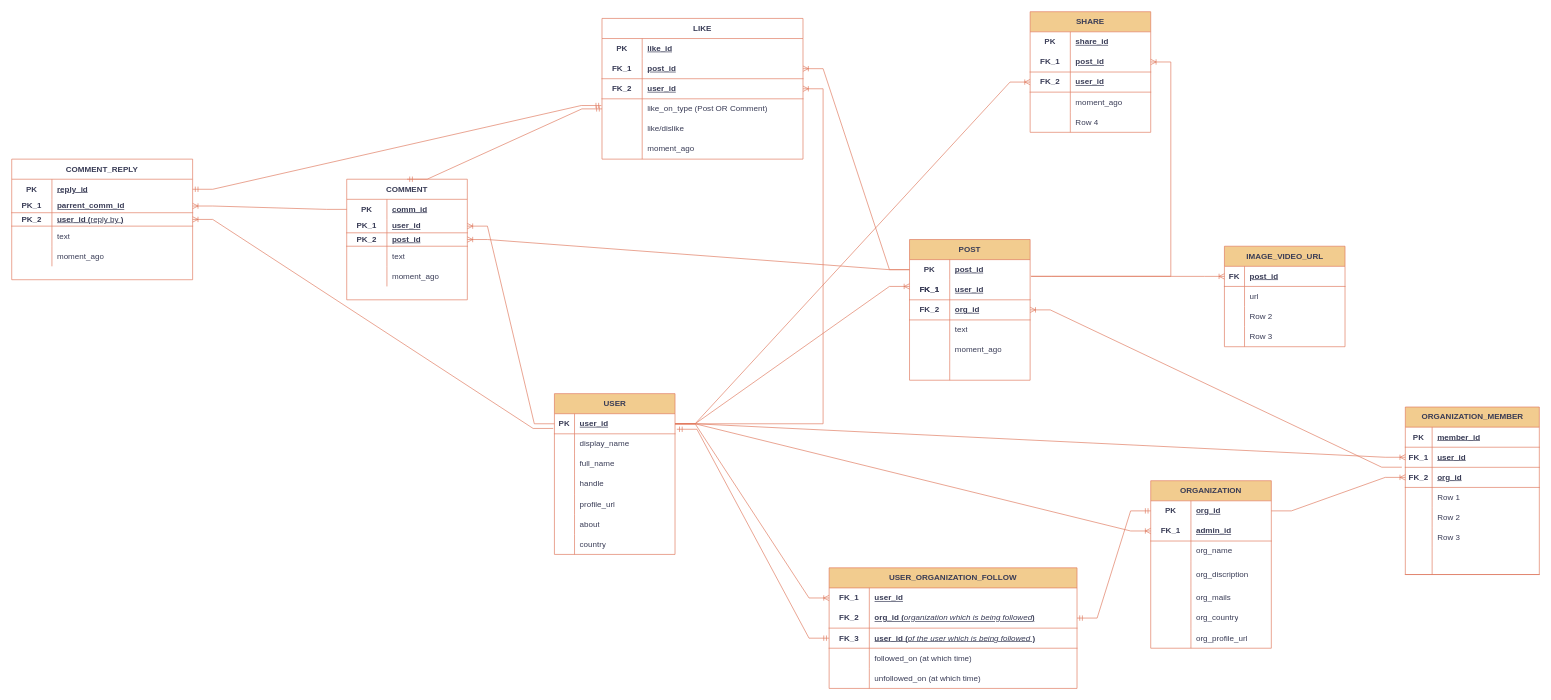
This is Untitled Diagram.drawio from mohdhaider07/codelabz-ER, a draw.io file, before an edit. Source tidied: cells renumbered, new cells numbered last; positions are measured from the earlier drawing's top-left corner, leaving out a move shared by most shapes. Both pictures are drawn from the tidied source at 67%, with x=0, y=0 at pixel (11, 11).
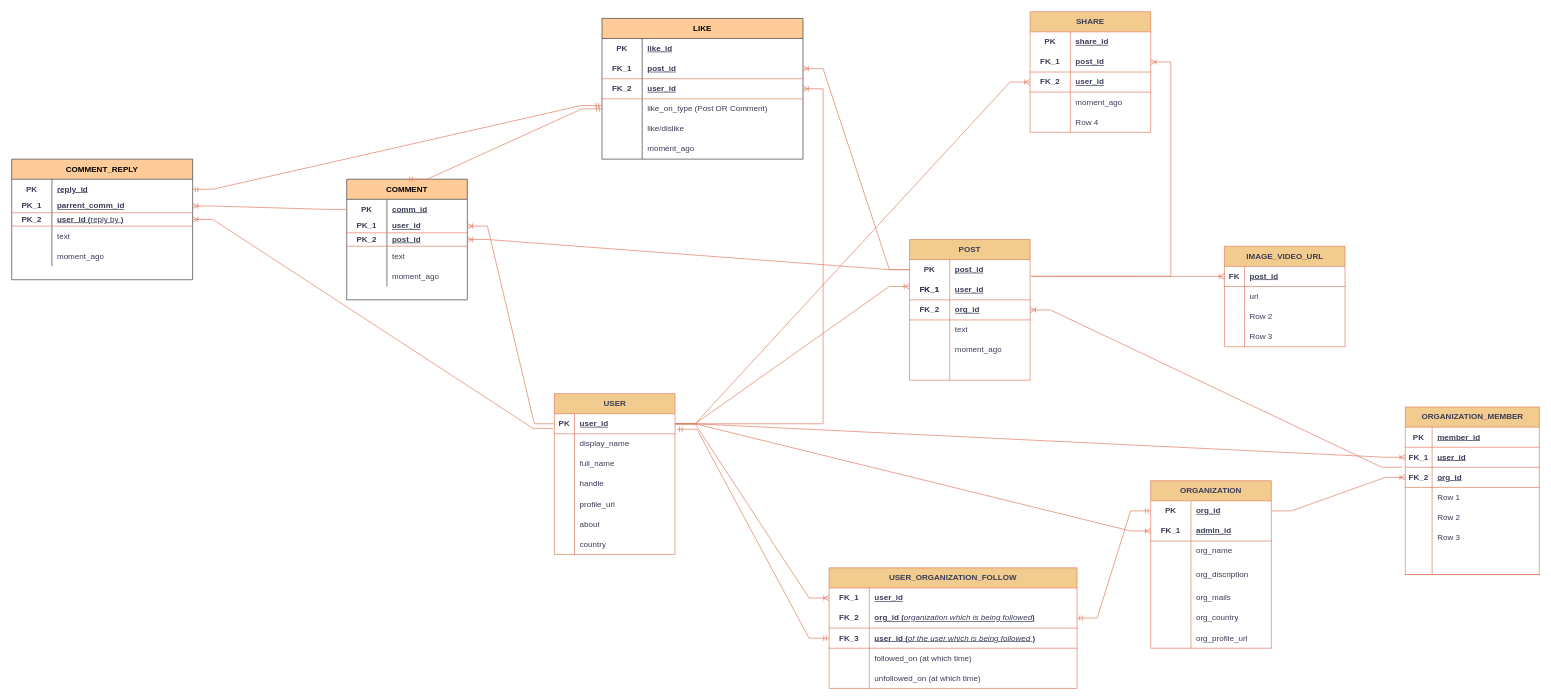
Above is the later version.

Change to the diagram source:
```diff
@@
-    <mxCell id="126" value="LIKE" style="shape=table;startSize=30;childLayout=tableLayout;rowLines=0;fontStyle=1;align=center;html=1;whiteSpace=wrap;strokeColor=#E07A5F;fontFamily=Helvetica;fontSize=12;fontColor=#393C56;fillColor=none;labelBackgroundColor=none;rounded=0;" parent="1" vertex="1">
+    <mxCell id="126" value="LIKE" style="shape=table;startSize=30;childLayout=tableLayout;rowLines=0;fontStyle=1;align=center;html=1;whiteSpace=wrap;strokeColor=#36393d;fontFamily=Helvetica;fontSize=12;fillColor=#ffcc99;labelBackgroundColor=none;rounded=0;" parent="1" vertex="1">
       <mxGeometry x="881" y="10" width="300" height="210" as="geometry" />
     </mxCell>
@@
-    <mxCell id="147" value="COMMENT" style="shape=table;startSize=30;childLayout=tableLayout;rowLines=0;fontStyle=1;align=center;html=1;whiteSpace=wrap;strokeColor=#E07A5F;fontFamily=Helvetica;fontSize=12;fontColor=#393C56;fillColor=none;labelBackgroundColor=none;rounded=0;" parent="1" vertex="1">
+    <mxCell id="147" value="COMMENT" style="shape=table;startSize=30;childLayout=tableLayout;rowLines=0;fontStyle=1;align=center;html=1;whiteSpace=wrap;strokeColor=#36393d;fontFamily=Helvetica;fontSize=12;fillColor=#ffcc99;labelBackgroundColor=none;rounded=0;" parent="1" vertex="1">
       <mxGeometry x="500" y="250" width="180" height="180" as="geometry" />
     </mxCell>
@@
-    <mxCell id="166" value="COMMENT_REPLY" style="shape=table;startSize=30;childLayout=tableLayout;rowLines=0;fontStyle=1;align=center;html=1;whiteSpace=wrap;strokeColor=#E07A5F;fontFamily=Helvetica;fontSize=12;fontColor=#393C56;fillColor=none;labelBackgroundColor=none;rounded=0;" parent="1" vertex="1">
+    <mxCell id="166" value="COMMENT_REPLY" style="shape=table;startSize=30;childLayout=tableLayout;rowLines=0;fontStyle=1;align=center;html=1;whiteSpace=wrap;strokeColor=#36393d;fontFamily=Helvetica;fontSize=12;fillColor=#ffcc99;labelBackgroundColor=none;rounded=0;" parent="1" vertex="1">
       <mxGeometry y="220" width="270" height="180" as="geometry" />
     </mxCell>
```
